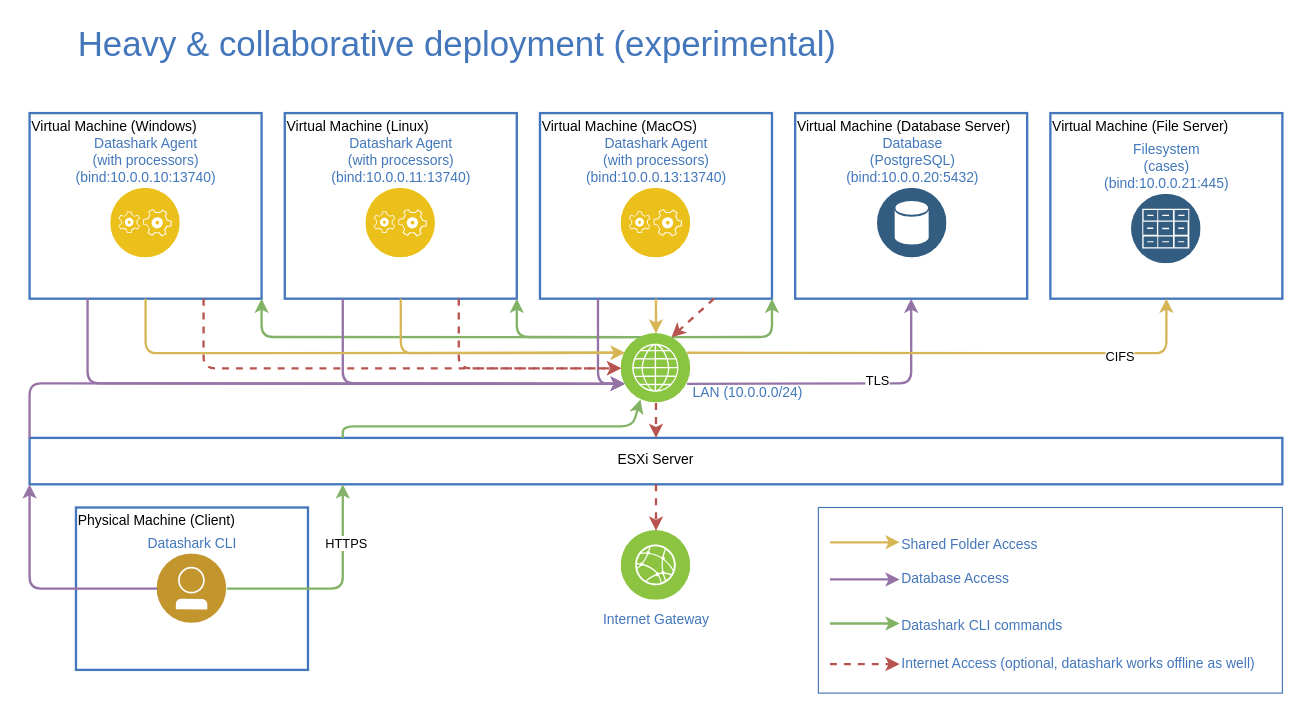
This is schema/heavy_setup.drawio from koromodako/datashark-dev, a draw.io file, before an edit. Source tidied: cells renumbered, new cells numbered last; positions are measured from the earlier drawing's top-left corner, leaving out a move shared by most shapes. Both pictures are drawn from the tidied source at 116%, with x=0, y=0 at pixel (29, 20).
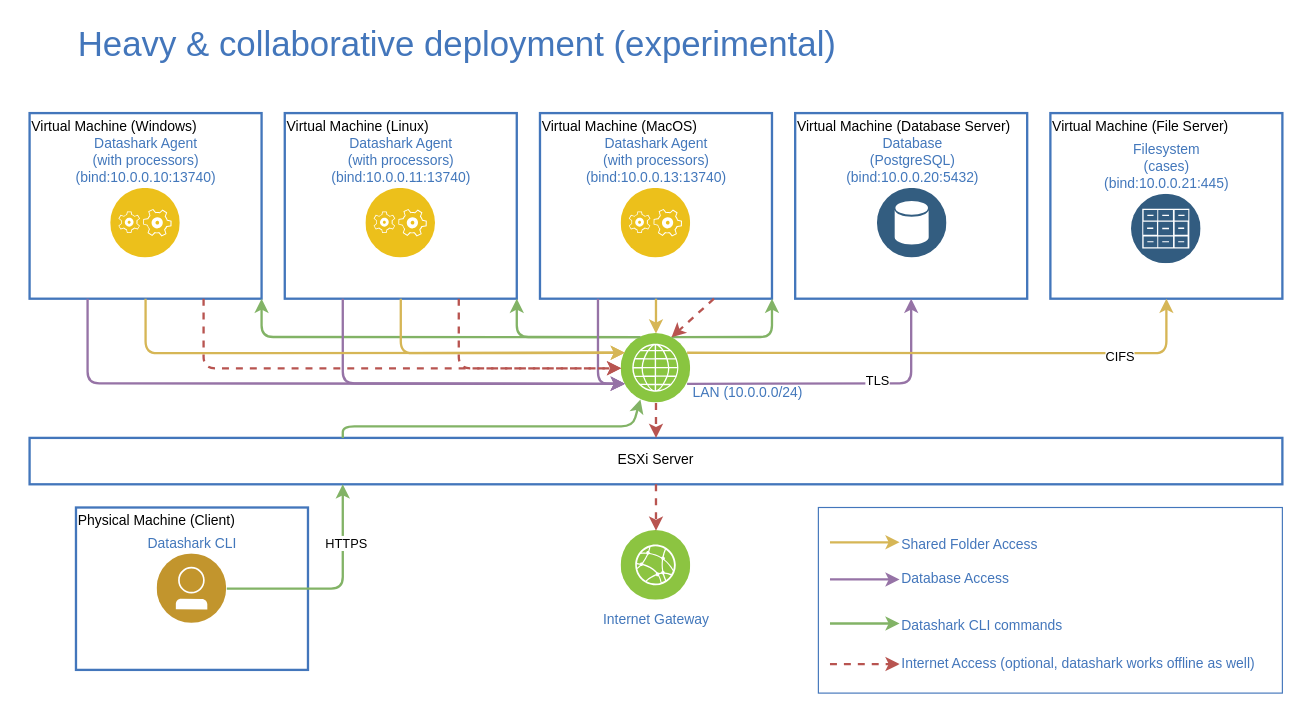
After the change.

Commit message (it also covers changes not shown here):
Update heavy setup

Unchanged cells that the change refers to:
```xml
<mxCell id="2" value="ESXi Server" style="fontStyle=0;verticalAlign=middle;align=center;spacingTop=-2;fillColor=none;rounded=0;whiteSpace=wrap;html=1;strokeColor=#4376BB;strokeWidth=2;dashed=0;labelPosition=center;verticalLabelPosition=middle;" parent="1" vertex="1">
  <mxGeometry y="360" width="1080" height="40" as="geometry" />
</mxCell>
<mxCell id="15" value="LAN (10.0.0.0/24)" style="perimeter=ellipsePerimeter;html=1;align=left;shadow=0;dashed=0;fontColor=#4277BB;labelBackgroundColor=#ffffff;fontSize=12;spacingTop=3;image;image=img/lib/ibm/infrastructure/channels.svg;strokeWidth=2;labelPosition=right;verticalLabelPosition=middle;verticalAlign=bottom;" parent="1" vertex="1">
  <mxGeometry x="510" y="270" width="60" height="60" as="geometry" />
</mxCell>
<mxCell id="24" value="Datashark CLI" style="perimeter=ellipsePerimeter;html=1;align=center;shadow=0;dashed=0;fontColor=#4277BB;labelBackgroundColor=#ffffff;fontSize=12;spacingTop=3;image;image=img/lib/ibm/users/user.svg;strokeColor=#4376BB;strokeWidth=2;labelPosition=center;verticalLabelPosition=top;verticalAlign=bottom;" parent="23" vertex="1">
  <mxGeometry x="70" y="40" width="60" height="60" as="geometry" />
</mxCell>
```

Change to the diagram source:
```diff
@@
-    <mxCell id="48" style="html=1;labelBackgroundColor=#ffffff;endArrow=classic;endFill=1;endSize=6;jettySize=auto;strokeWidth=2;fontSize=14;fontColor=#4376BB;fillColor=#e1d5e7;strokeColor=#9673a6;entryX=0;entryY=1;entryDx=0;entryDy=0;exitX=0;exitY=0.5;exitDx=0;exitDy=0;" parent="1" edge="1" source="24" target="2">
-      <mxGeometry relative="1" as="geometry">
-        <Array as="points">
-          <mxPoint y="490" />
-        </Array>
-      </mxGeometry>
-    </mxCell>
-    <mxCell id="49" style="html=1;labelBackgroundColor=#ffffff;endArrow=classic;endFill=1;endSize=6;jettySize=auto;strokeWidth=2;fontSize=14;fontColor=#4376BB;fillColor=#e1d5e7;strokeColor=#9673a6;entryX=0;entryY=0.75;entryDx=0;entryDy=0;exitX=0;exitY=0;exitDx=0;exitDy=0;" parent="1" edge="1" source="2" target="15">
-      <mxGeometry relative="1" as="geometry">
-        <Array as="points">
-          <mxPoint y="313" />
-        </Array>
-      </mxGeometry>
-    </mxCell>
```
